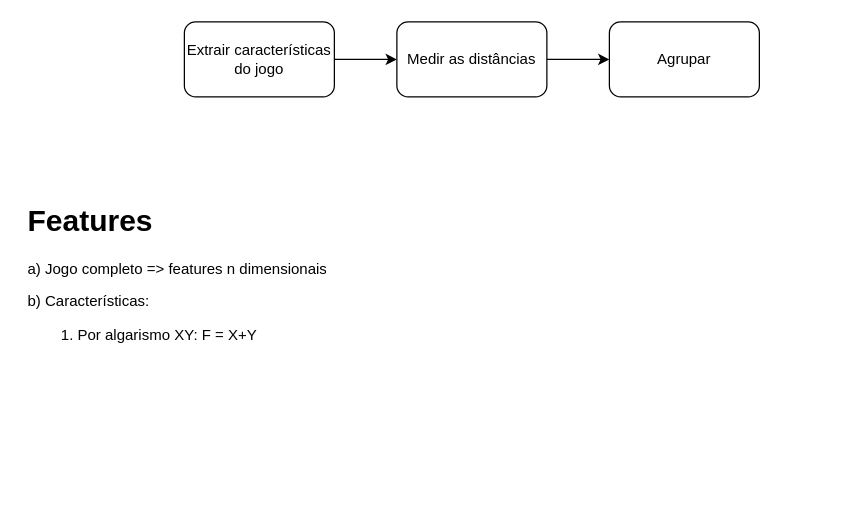
Earlier version of the draw.io diagram Megasena.drawio (nobertomaciel/megasena). Source tidied: cells renumbered, new cells numbered last; positions are measured from the earlier drawing's top-left corner, leaving out a move shared by most shapes. Both pictures are drawn from the tidied source at 125%, with x=0, y=0 at pixel (21, 21). Pictures stored in the file or linked from it are replaced by grey dashed boxes.
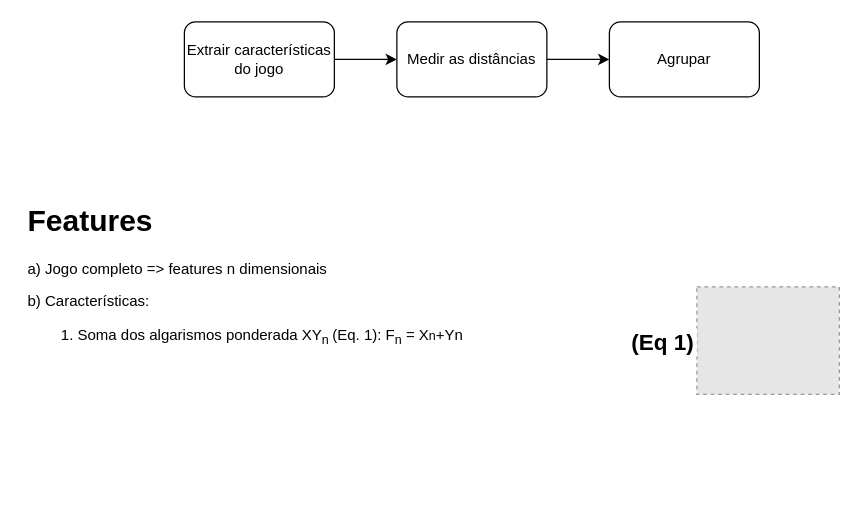
Above is the later version.

What changed in the source:
```diff
@@
 <mxGraphModel>
   <root>
     <mxCell id="0" />
     <mxCell id="1" parent="0" />
     <mxCell id="2" style="edgeStyle=orthogonalEdgeStyle;rounded=0;jettySize=auto;html=1;entryX=0;entryY=0.5;entryDx=0;entryDy=0;" parent="1" edge="1" source="3" target="5">
       <mxGeometry relative="1" as="geometry" />
     </mxCell>
     <mxCell id="3" value="Extrair características do jogo" style="rounded=1;whiteSpace=wrap;html=1;" parent="1" vertex="1">
       <mxGeometry x="130" width="120" height="60" as="geometry" />
     </mxCell>
     <mxCell id="4" style="edgeStyle=orthogonalEdgeStyle;rounded=0;jettySize=auto;html=1;entryX=0;entryY=0.5;entryDx=0;entryDy=0;" parent="1" edge="1" source="5" target="6">
       <mxGeometry relative="1" as="geometry" />
     </mxCell>
     <mxCell id="5" value="Medir as distâncias" style="rounded=1;whiteSpace=wrap;html=1;" parent="1" vertex="1">
       <mxGeometry x="300" width="120" height="60" as="geometry" />
     </mxCell>
     <mxCell id="6" value="Agrupar" style="rounded=1;whiteSpace=wrap;html=1;" parent="1" vertex="1">
       <mxGeometry x="470" width="120" height="60" as="geometry" />
     </mxCell>
-    <mxCell id="7" value="&lt;h1&gt;Features&lt;/h1&gt;&lt;p&gt;a) Jogo completo =&amp;gt; features n dimensionais&lt;/p&gt;&lt;p&gt;b) Características:&lt;/p&gt;&lt;p&gt;&lt;/p&gt;&lt;ol&gt;&lt;li&gt;Por algarismo XY: F = X+Y&lt;/li&gt;&lt;/ol&gt;&lt;p&gt;&lt;/p&gt;" style="text;html=1;strokeColor=none;fillColor=none;spacing=5;spacingTop=-20;whiteSpace=wrap;overflow=hidden;rounded=0;" parent="1" vertex="1">
-      <mxGeometry y="140" width="450" height="230" as="geometry" />
+    <mxCell id="7" value="&lt;h1&gt;Features&lt;/h1&gt;&lt;p&gt;a) Jogo completo =&amp;gt; features n dimensionais&lt;/p&gt;&lt;p&gt;b) Características:&lt;/p&gt;&lt;p&gt;&lt;/p&gt;&lt;ol&gt;&lt;li&gt;Soma dos algarismos ponderada XY&lt;sub&gt;n&amp;nbsp;&lt;/sub&gt;(Eq. 1): F&lt;sub&gt;n&lt;/sub&gt; = X&lt;span style=&quot;font-size: 10px;&quot;&gt;n&lt;/span&gt;+Yn&lt;/li&gt;&lt;/ol&gt;&lt;p&gt;&lt;/p&gt;" style="text;html=1;strokeColor=none;fillColor=none;spacing=5;spacingTop=-20;whiteSpace=wrap;overflow=hidden;rounded=0;" parent="1" vertex="1">
+      <mxGeometry y="140" width="410" height="230" as="geometry" />
     </mxCell>
+    <mxCell id="8" value="(Eq 1)" style="fillColor=#E6E6E6;strokeColor=#999999;dashed=1;verticalLabelPosition=middle;labelBackgroundColor=default;verticalAlign=middle;labelPosition=left;align=right;fontStyle=1;fontSize=18;spacingLeft=0;" parent="1" vertex="1">
+      <mxGeometry x="540" y="212" width="114" height="86" as="geometry" />
+    </mxCell>
   </root>
 </mxGraphModel>
```
